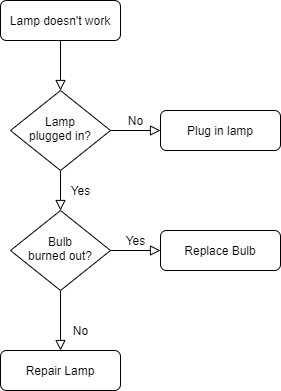
The draw.io diagram 文件管理流程图.png in deepinsea/draw, before a commit. Source tidied: cells renumbered, new cells last; positions are measured from the earlier drawing's top-left corner, leaving out a move shared by most shapes. Source of this version:
```xml
<mxGraphModel>
  <root>
    <mxCell id="0" />
    <mxCell id="1" parent="0" />
    <mxCell id="2" style="rounded=0;html=1;jettySize=auto;fontSize=11;endArrow=block;endFill=0;endSize=8;strokeWidth=1;shadow=0;labelBackgroundColor=none;edgeStyle=orthogonalEdgeStyle;" parent="1" edge="1" source="3" target="6">
      <mxGeometry relative="1" as="geometry" />
    </mxCell>
    <mxCell id="3" value="Lamp doesn't work" style="rounded=1;whiteSpace=wrap;html=1;fontSize=12;glass=0;strokeWidth=1;shadow=0;" parent="1" vertex="1">
      <mxGeometry width="120" height="40" as="geometry" />
    </mxCell>
    <mxCell id="4" value="Yes" style="rounded=0;html=1;jettySize=auto;fontSize=11;endArrow=block;endFill=0;endSize=8;strokeWidth=1;shadow=0;labelBackgroundColor=none;edgeStyle=orthogonalEdgeStyle;" parent="1" edge="1" source="6" target="10">
      <mxGeometry y="20" relative="1" as="geometry" />
    </mxCell>
    <mxCell id="5" value="No" style="edgeStyle=orthogonalEdgeStyle;rounded=0;html=1;jettySize=auto;fontSize=11;endArrow=block;endFill=0;endSize=8;strokeWidth=1;shadow=0;labelBackgroundColor=none;" parent="1" edge="1" source="6" target="7">
      <mxGeometry y="10" relative="1" as="geometry" />
    </mxCell>
    <mxCell id="6" value="Lamp&lt;br&gt;plugged in?" style="rhombus;whiteSpace=wrap;html=1;shadow=0;fontFamily=Helvetica;fontSize=12;align=center;strokeWidth=1;spacing=6;spacingTop=-4;" parent="1" vertex="1">
      <mxGeometry x="10" y="90" width="100" height="80" as="geometry" />
    </mxCell>
    <mxCell id="7" value="Plug in lamp" style="rounded=1;whiteSpace=wrap;html=1;fontSize=12;glass=0;strokeWidth=1;shadow=0;" parent="1" vertex="1">
      <mxGeometry x="160" y="110" width="120" height="40" as="geometry" />
    </mxCell>
    <mxCell id="8" value="No" style="rounded=0;html=1;jettySize=auto;fontSize=11;endArrow=block;endFill=0;endSize=8;strokeWidth=1;shadow=0;labelBackgroundColor=none;edgeStyle=orthogonalEdgeStyle;" parent="1" edge="1" source="10" target="11">
      <mxGeometry x="0.33" y="20" relative="1" as="geometry" />
    </mxCell>
    <mxCell id="9" value="Yes" style="edgeStyle=orthogonalEdgeStyle;rounded=0;html=1;jettySize=auto;fontSize=11;endArrow=block;endFill=0;endSize=8;strokeWidth=1;shadow=0;labelBackgroundColor=none;" parent="1" edge="1" source="10" target="12">
      <mxGeometry y="10" relative="1" as="geometry" />
    </mxCell>
    <mxCell id="10" value="Bulb&lt;br&gt;burned out?" style="rhombus;whiteSpace=wrap;html=1;shadow=0;fontFamily=Helvetica;fontSize=12;align=center;strokeWidth=1;spacing=6;spacingTop=-4;" parent="1" vertex="1">
      <mxGeometry x="10" y="210" width="100" height="80" as="geometry" />
    </mxCell>
    <mxCell id="11" value="Repair Lamp" style="rounded=1;whiteSpace=wrap;html=1;fontSize=12;glass=0;strokeWidth=1;shadow=0;" parent="1" vertex="1">
      <mxGeometry y="350" width="120" height="40" as="geometry" />
    </mxCell>
    <mxCell id="12" value="Replace Bulb" style="rounded=1;whiteSpace=wrap;html=1;fontSize=12;glass=0;strokeWidth=1;shadow=0;" parent="1" vertex="1">
      <mxGeometry x="160" y="230" width="120" height="40" as="geometry" />
    </mxCell>
  </root>
</mxGraphModel>
```
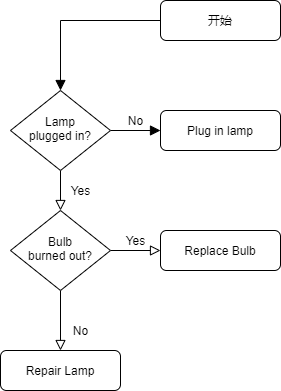
Later version of the same file.

Commit message:
更新文件管理流程图.png

Change to the diagram source:
```diff
@@ -2,16 +2,16 @@
   <root>
     <mxCell id="0" />
     <mxCell id="1" parent="0" />
-    <mxCell id="2" style="rounded=0;html=1;jettySize=auto;fontSize=11;endArrow=block;endFill=0;endSize=8;strokeWidth=1;shadow=0;labelBackgroundColor=none;edgeStyle=orthogonalEdgeStyle;" parent="1" edge="1" source="3" target="6">
+    <mxCell id="2" style="rounded=0;html=1;jettySize=auto;fontSize=11;endArrow=block;endFill=1;endSize=8;strokeWidth=1;shadow=0;labelBackgroundColor=none;edgeStyle=orthogonalEdgeStyle;" parent="1" edge="1" source="3" target="6">
       <mxGeometry relative="1" as="geometry" />
     </mxCell>
-    <mxCell id="3" value="Lamp doesn't work" style="rounded=1;whiteSpace=wrap;html=1;fontSize=12;glass=0;strokeWidth=1;shadow=0;" parent="1" vertex="1">
-      <mxGeometry width="120" height="40" as="geometry" />
+    <mxCell id="3" value="开始" style="rounded=1;whiteSpace=wrap;html=1;fontSize=12;glass=0;strokeWidth=1;shadow=0;" parent="1" vertex="1">
+      <mxGeometry x="160" width="120" height="40" as="geometry" />
     </mxCell>
     <mxCell id="4" value="Yes" style="rounded=0;html=1;jettySize=auto;fontSize=11;endArrow=block;endFill=0;endSize=8;strokeWidth=1;shadow=0;labelBackgroundColor=none;edgeStyle=orthogonalEdgeStyle;" parent="1" edge="1" source="6" target="10">
       <mxGeometry y="20" relative="1" as="geometry" />
     </mxCell>
-    <mxCell id="5" value="No" style="edgeStyle=orthogonalEdgeStyle;rounded=0;html=1;jettySize=auto;fontSize=11;endArrow=block;endFill=0;endSize=8;strokeWidth=1;shadow=0;labelBackgroundColor=none;" parent="1" edge="1" source="6" target="7">
+    <mxCell id="5" value="No" style="edgeStyle=orthogonalEdgeStyle;rounded=0;html=1;jettySize=auto;fontSize=11;endArrow=block;endFill=1;endSize=8;strokeWidth=1;shadow=0;labelBackgroundColor=none;" parent="1" edge="1" source="6" target="7">
       <mxGeometry y="10" relative="1" as="geometry" />
     </mxCell>
     <mxCell id="6" value="Lamp&lt;br&gt;plugged in?" style="rhombus;whiteSpace=wrap;html=1;shadow=0;fontFamily=Helvetica;fontSize=12;align=center;strokeWidth=1;spacing=6;spacingTop=-4;" parent="1" vertex="1">
```
